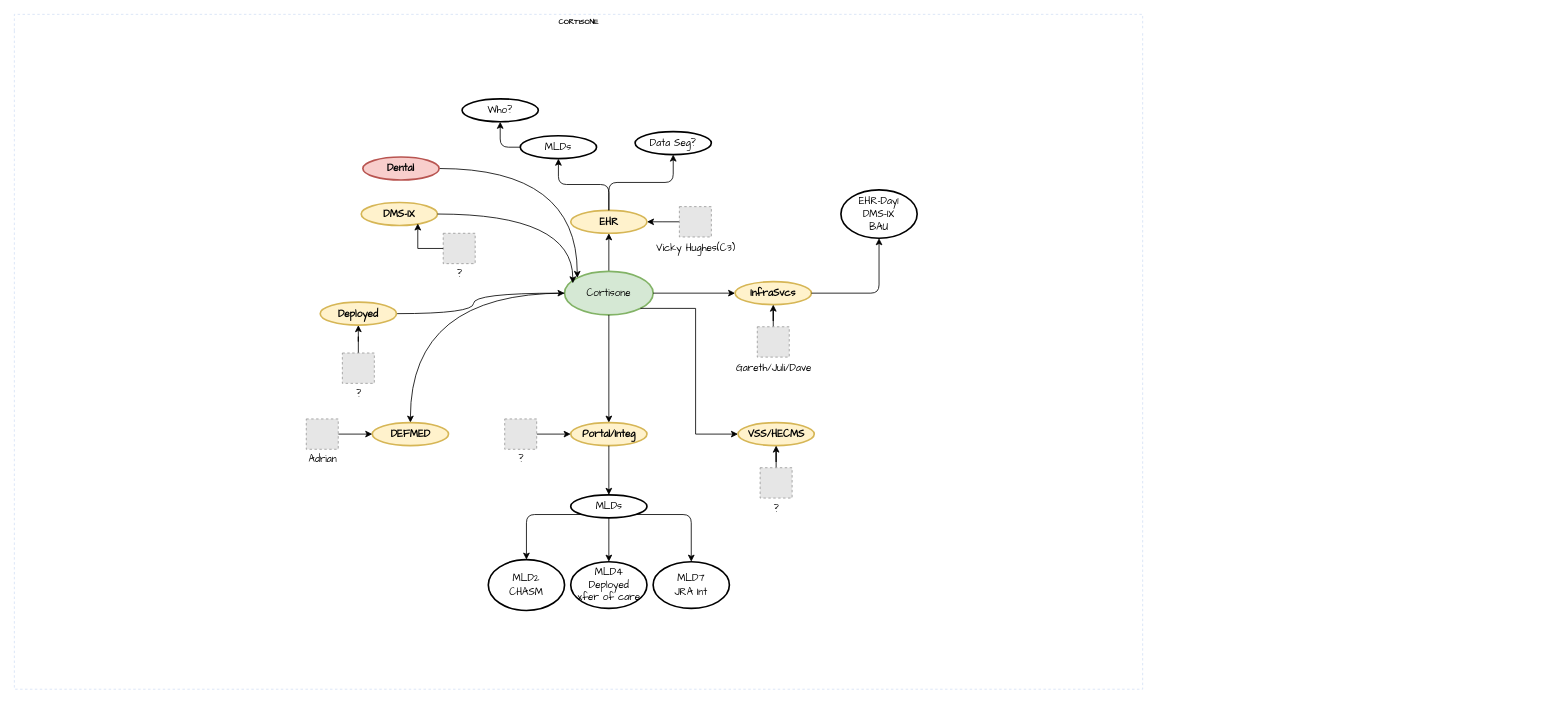
dalegent42/DrawIO keeps this draw.io diagram as 202411 Cortisone.drawio. Above is the earlier version. Source tidied: cells renumbered, new cells numbered last; positions are measured from the earlier drawing's top-left corner, leaving out a move shared by most shapes. Both pictures are drawn from the tidied source at 82%, with x=0, y=0 at pixel (14, 14). Pictures stored in the file or linked from it are replaced by grey dashed boxes.
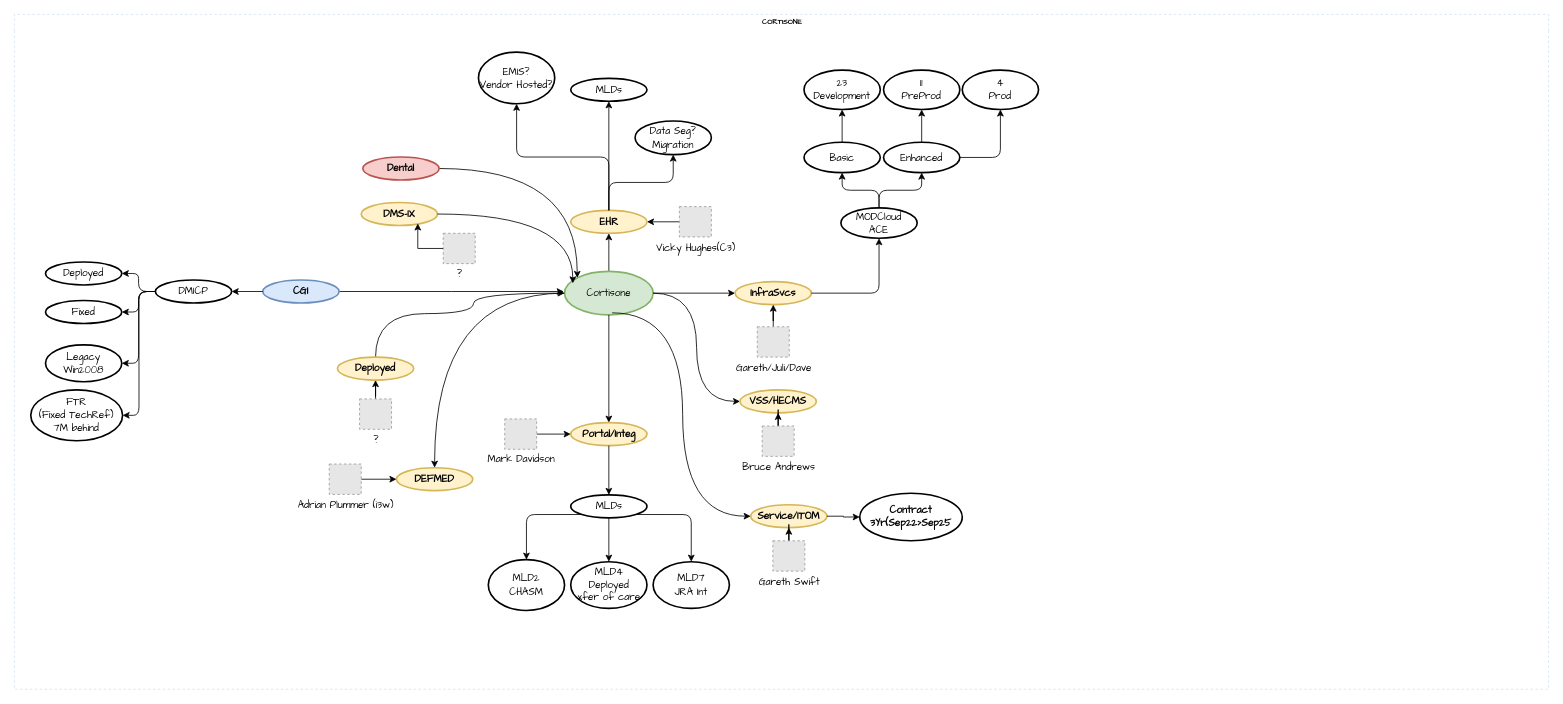
After the change.

Unchanged cells that the change refers to:
```xml
<mxCell id="4" value="&lt;font face=&quot;Comic Sans MS&quot;&gt;Cortisone&lt;/font&gt;" style="ellipse;whiteSpace=wrap;html=1;align=center;strokeWidth=2;fillColor=#d5e8d4;strokeColor=#82b366;" parent="2" vertex="1">
  <mxGeometry x="671" y="313.5" width="108" height="53" as="geometry" />
</mxCell>
<mxCell id="6" value="&lt;font face=&quot;Comic Sans MS&quot;&gt;EHR&lt;/font&gt;" style="ellipse;whiteSpace=wrap;html=1;align=center;strokeWidth=2;fontStyle=1;fillColor=#fff2cc;strokeColor=#d6b656;" parent="2" vertex="1">
  <mxGeometry x="678.5" y="239" width="93" height="28" as="geometry" />
</mxCell>
```

What changed in the source:
```diff
@@
     <mxCell id="2" value="CORTISONE" style="swimlane;html=1;startSize=20;horizontal=1;containerType=tree;labelBackgroundColor=none;strokeColor=#D4E1F5;strokeWidth=1;fillColor=none;fontFamily=Comic Sans MS;fontSize=9;swimlaneLine=0;dashed=1;" parent="1" vertex="1">
-      <mxGeometry width="1376" height="823" as="geometry" />
+      <mxGeometry width="1871" height="823" as="geometry" />
     </mxCell>
@@
-    <mxCell id="7" value="&lt;font face=&quot;Comic Sans MS&quot;&gt;MLDs&lt;/font&gt;" style="ellipse;whiteSpace=wrap;html=1;align=center;strokeWidth=2;" parent="2" vertex="1">
-      <mxGeometry x="617" y="148" width="93" height="28" as="geometry" />
+    <mxCell id="7" value="&lt;font face=&quot;Comic Sans MS&quot;&gt;EMIS?&lt;/font&gt;&lt;div&gt;&lt;font face=&quot;Comic Sans MS&quot;&gt;Vendor Hosted?&lt;/font&gt;&lt;/div&gt;" style="ellipse;whiteSpace=wrap;html=1;align=center;strokeWidth=2;" parent="2" vertex="1">
+      <mxGeometry x="566" y="46" width="93" height="63" as="geometry" />
     </mxCell>
-    <mxCell id="8" style="edgeStyle=orthogonalEdgeStyle;rounded=1;jettySize=auto;html=1;exitX=0.5;exitY=0;exitDx=0;exitDy=0;entryX=0.5;entryY=1;entryDx=0;entryDy=0;curved=0;" parent="2" edge="1" source="6" target="7">
+    <mxCell id="8" style="edgeStyle=orthogonalEdgeStyle;rounded=1;jettySize=auto;html=1;exitX=0.5;exitY=0;exitDx=0;exitDy=0;entryX=0.5;entryY=1;entryDx=0;entryDy=0;curved=0;" parent="2" edge="1" source="6" target="72">
       <mxGeometry relative="1" as="geometry" />
     </mxCell>
-    <mxCell id="9" value="&lt;font face=&quot;Comic Sans MS&quot;&gt;Who?&lt;/font&gt;" style="ellipse;whiteSpace=wrap;html=1;align=center;strokeWidth=2;" parent="2" vertex="1">
-      <mxGeometry x="546" y="103" width="93" height="28" as="geometry" />
-    </mxCell>
-    <mxCell id="10" style="edgeStyle=orthogonalEdgeStyle;rounded=1;jettySize=auto;html=1;exitX=0;exitY=0.5;exitDx=0;exitDy=0;entryX=0.5;entryY=1;entryDx=0;entryDy=0;curved=0;" parent="2" edge="1" source="7" target="9">
-      <mxGeometry relative="1" as="geometry" />
-    </mxCell>
-    <mxCell id="11" value="&lt;font face=&quot;Comic Sans MS&quot;&gt;Data Seg?&lt;/font&gt;" style="ellipse;whiteSpace=wrap;html=1;align=center;strokeWidth=2;" parent="2" vertex="1">
-      <mxGeometry x="757" y="143" width="93" height="28" as="geometry" />
+    <mxCell id="11" value="&lt;font face=&quot;Comic Sans MS&quot;&gt;Data Seg?&lt;/font&gt;&lt;div&gt;&lt;font face=&quot;Comic Sans MS&quot;&gt;Migration&lt;/font&gt;&lt;/div&gt;" style="ellipse;whiteSpace=wrap;html=1;align=center;strokeWidth=2;" parent="2" vertex="1">
+      <mxGeometry x="757" y="130" width="93" height="41" as="geometry" />
     </mxCell>
@@
-    <mxCell id="19" value="&lt;font face=&quot;Comic Sans MS&quot;&gt;EHR-Day1&lt;/font&gt;&lt;div&gt;&lt;font face=&quot;Comic Sans MS&quot;&gt;DMS-IX&lt;/font&gt;&lt;div&gt;&lt;font face=&quot;Comic Sans MS&quot;&gt;BAU&lt;/font&gt;&lt;/div&gt;&lt;/div&gt;" style="ellipse;whiteSpace=wrap;html=1;align=center;strokeWidth=2;" parent="2" vertex="1">
-      <mxGeometry x="1008" y="214" width="93" height="59" as="geometry" />
+    <mxCell id="19" value="&lt;font face=&quot;Comic Sans MS&quot;&gt;MODCloud&lt;/font&gt;&lt;div&gt;&lt;font face=&quot;Comic Sans MS&quot;&gt;ACE&lt;/font&gt;&lt;/div&gt;" style="ellipse;whiteSpace=wrap;html=1;align=center;strokeWidth=2;" parent="2" vertex="1">
+      <mxGeometry x="1008" y="236" width="93" height="37" as="geometry" />
     </mxCell>
@@
-    <mxCell id="21" style="edgeStyle=orthogonalEdgeStyle;rounded=0;jettySize=auto;html=1;exitX=1;exitY=1;exitDx=0;exitDy=0;entryX=0;entryY=0.5;entryDx=0;entryDy=0;" parent="2" edge="1" source="4" target="22">
+    <mxCell id="21" style="edgeStyle=orthogonalEdgeStyle;rounded=0;jettySize=auto;html=1;exitX=1;exitY=0.5;exitDx=0;exitDy=0;entryX=0;entryY=0.5;entryDx=0;entryDy=0;curved=1;" parent="2" edge="1" source="4" target="22">
       <mxGeometry relative="1" as="geometry" />
     </mxCell>
     <mxCell id="22" value="&lt;font face=&quot;Comic Sans MS&quot;&gt;VSS/HECMS&lt;/font&gt;" style="ellipse;whiteSpace=wrap;html=1;align=center;strokeWidth=2;fontStyle=1;fillColor=#fff2cc;strokeColor=#d6b656;" parent="2" vertex="1">
-      <mxGeometry x="882.5" y="497.9" width="93" height="28" as="geometry" />
+      <mxGeometry x="885" y="458" width="93" height="28" as="geometry" />
     </mxCell>
@@
-    <mxCell id="24" value="?" style="fillColor=#E6E6E6;strokeColor=#999999;dashed=1;html=1;verticalAlign=top;verticalLabelPosition=bottom;labelBackgroundColor=#ffffff;fontFamily=Comic Sans MS;fontSize=12;fontColor=#000000;align=center;" parent="2" vertex="1">
-      <mxGeometry x="909.5" y="552.9" width="39" height="37" as="geometry" />
+    <mxCell id="24" value="Bruce Andrews" style="fillColor=#E6E6E6;strokeColor=#999999;dashed=1;html=1;verticalAlign=top;verticalLabelPosition=bottom;labelBackgroundColor=#ffffff;fontFamily=Comic Sans MS;fontSize=12;fontColor=#000000;align=center;" parent="2" vertex="1">
+      <mxGeometry x="912" y="502" width="39" height="37" as="geometry" />
     </mxCell>
@@
-    <mxCell id="28" value="?" style="fillColor=#E6E6E6;strokeColor=#999999;dashed=1;html=1;verticalAlign=top;verticalLabelPosition=bottom;labelBackgroundColor=#ffffff;fontFamily=Comic Sans MS;fontSize=12;fontColor=#000000;align=center;" parent="2" vertex="1">
+    <mxCell id="28" value="Mark Davidson" style="fillColor=#E6E6E6;strokeColor=#999999;dashed=1;html=1;verticalAlign=top;verticalLabelPosition=bottom;labelBackgroundColor=#ffffff;fontFamily=Comic Sans MS;fontSize=12;fontColor=#000000;align=center;" parent="2" vertex="1">
       <mxGeometry x="598" y="493.4" width="39" height="37" as="geometry" />
     </mxCell>
@@
     <mxCell id="38" value="&lt;font face=&quot;Comic Sans MS&quot;&gt;DEFMED&lt;/font&gt;" style="ellipse;whiteSpace=wrap;html=1;align=center;strokeWidth=2;fontStyle=1;fillColor=#fff2cc;strokeColor=#d6b656;" parent="2" vertex="1">
-      <mxGeometry x="436.5" y="497.9" width="93" height="28" as="geometry" />
+      <mxGeometry x="466" y="552.9" width="93" height="28" as="geometry" />
     </mxCell>
@@
-    <mxCell id="40" value="Adrian" style="fillColor=#E6E6E6;strokeColor=#999999;dashed=1;html=1;verticalAlign=top;verticalLabelPosition=bottom;labelBackgroundColor=#ffffff;fontFamily=Comic Sans MS;fontSize=12;fontColor=#000000;align=center;" parent="2" vertex="1">
-      <mxGeometry x="356" y="493.4" width="39" height="37" as="geometry" />
+    <mxCell id="40" value="Adrian Plummer (i3w)" style="fillColor=#E6E6E6;strokeColor=#999999;dashed=1;html=1;verticalAlign=top;verticalLabelPosition=bottom;labelBackgroundColor=#ffffff;fontFamily=Comic Sans MS;fontSize=12;fontColor=#000000;align=center;" parent="2" vertex="1">
+      <mxGeometry x="384" y="548.4" width="39" height="37" as="geometry" />
     </mxCell>
@@
     <mxCell id="42" value="&lt;font face=&quot;Comic Sans MS&quot;&gt;Deployed&lt;/font&gt;" style="ellipse;whiteSpace=wrap;html=1;align=center;strokeWidth=2;fontStyle=1;fillColor=#fff2cc;strokeColor=#d6b656;" parent="2" vertex="1">
-      <mxGeometry x="373" y="351" width="93" height="28" as="geometry" />
+      <mxGeometry x="394" y="418" width="93" height="28" as="geometry" />
     </mxCell>
@@
     <mxCell id="44" value="?" style="fillColor=#E6E6E6;strokeColor=#999999;dashed=1;html=1;verticalAlign=top;verticalLabelPosition=bottom;labelBackgroundColor=#ffffff;fontFamily=Comic Sans MS;fontSize=12;fontColor=#000000;align=center;" parent="2" vertex="1">
-      <mxGeometry x="400" y="413" width="39" height="37" as="geometry" />
+      <mxGeometry x="421" y="469" width="39" height="37" as="geometry" />
     </mxCell>
@@
+    <mxCell id="51" style="edgeStyle=orthogonalEdgeStyle;rounded=0;jettySize=auto;html=1;" parent="2" edge="1" source="52">
+      <mxGeometry relative="1" as="geometry">
+        <mxPoint x="670" y="338" as="targetPoint" />
+      </mxGeometry>
+    </mxCell>
+    <mxCell id="52" value="&lt;font face=&quot;Comic Sans MS&quot;&gt;CGI&lt;/font&gt;" style="ellipse;whiteSpace=wrap;html=1;align=center;strokeWidth=2;fontStyle=1;fillColor=#dae8fc;strokeColor=#6c8ebf;" parent="2" vertex="1">
+      <mxGeometry x="303" y="324" width="93" height="28" as="geometry" />
+    </mxCell>
+    <mxCell id="53" value="&lt;font face=&quot;Comic Sans MS&quot;&gt;DMICP&lt;/font&gt;" style="ellipse;whiteSpace=wrap;html=1;align=center;strokeWidth=2;" parent="2" vertex="1">
+      <mxGeometry x="172" y="324" width="93" height="28" as="geometry" />
+    </mxCell>
+    <mxCell id="54" style="edgeStyle=orthogonalEdgeStyle;rounded=1;jettySize=auto;html=1;exitX=0;exitY=0.5;exitDx=0;exitDy=0;entryX=1;entryY=0.5;entryDx=0;entryDy=0;curved=0;" parent="2" edge="1" source="52" target="53">
+      <mxGeometry relative="1" as="geometry" />
+    </mxCell>
+    <mxCell id="55" style="edgeStyle=orthogonalEdgeStyle;rounded=1;jettySize=auto;html=1;exitX=0;exitY=0.5;exitDx=0;exitDy=0;entryX=1;entryY=0.5;entryDx=0;entryDy=0;curved=0;" parent="2" edge="1" source="53" target="56">
+      <mxGeometry relative="1" as="geometry" />
+    </mxCell>
+    <mxCell id="56" value="&lt;font face=&quot;Comic Sans MS&quot;&gt;Deployed&lt;/font&gt;" style="ellipse;whiteSpace=wrap;html=1;align=center;strokeWidth=2;" parent="2" vertex="1">
+      <mxGeometry x="38" y="302" width="93" height="28" as="geometry" />
+    </mxCell>
+    <mxCell id="57" style="edgeStyle=orthogonalEdgeStyle;rounded=1;jettySize=auto;html=1;exitX=0;exitY=0.5;exitDx=0;exitDy=0;curved=0;entryX=1;entryY=0.5;entryDx=0;entryDy=0;" parent="2" edge="1" source="53" target="58">
+      <mxGeometry relative="1" as="geometry" />
+    </mxCell>
+    <mxCell id="58" value="&lt;font face=&quot;Comic Sans MS&quot;&gt;Fixed&lt;/font&gt;" style="ellipse;whiteSpace=wrap;html=1;align=center;strokeWidth=2;" parent="2" vertex="1">
+      <mxGeometry x="38" y="349" width="93" height="28" as="geometry" />
+    </mxCell>
+    <mxCell id="59" style="edgeStyle=orthogonalEdgeStyle;rounded=1;jettySize=auto;html=1;entryX=0.5;entryY=1;entryDx=0;entryDy=0;curved=0;" parent="2" edge="1" source="19" target="61">
+      <mxGeometry relative="1" as="geometry" />
+    </mxCell>
+    <mxCell id="60" value="&lt;font face=&quot;Comic Sans MS&quot;&gt;Basic&lt;/font&gt;" style="ellipse;whiteSpace=wrap;html=1;align=center;strokeWidth=2;" parent="2" vertex="1">
+      <mxGeometry x="963" y="156" width="93" height="37" as="geometry" />
+    </mxCell>
+    <mxCell id="61" value="&lt;font face=&quot;Comic Sans MS&quot;&gt;Enhanced&lt;/font&gt;" style="ellipse;whiteSpace=wrap;html=1;align=center;strokeWidth=2;" parent="2" vertex="1">
+      <mxGeometry x="1060" y="156" width="93" height="37" as="geometry" />
+    </mxCell>
+    <mxCell id="62" style="edgeStyle=orthogonalEdgeStyle;rounded=1;jettySize=auto;html=1;entryX=0.5;entryY=1;entryDx=0;entryDy=0;curved=0;exitX=0.5;exitY=0;exitDx=0;exitDy=0;" parent="2" edge="1" source="19" target="60">
+      <mxGeometry relative="1" as="geometry" />
+    </mxCell>
+    <mxCell id="63" style="edgeStyle=orthogonalEdgeStyle;rounded=1;jettySize=auto;html=1;entryX=0.5;entryY=1;entryDx=0;entryDy=0;curved=0;exitX=0.5;exitY=0;exitDx=0;exitDy=0;" parent="2" edge="1" source="60" target="64">
+      <mxGeometry relative="1" as="geometry" />
+    </mxCell>
+    <mxCell id="64" value="&lt;font face=&quot;Comic Sans MS&quot;&gt;23&lt;/font&gt;&lt;div&gt;&lt;font face=&quot;Comic Sans MS&quot;&gt;Development&lt;/font&gt;&lt;/div&gt;" style="ellipse;whiteSpace=wrap;html=1;align=center;strokeWidth=2;" parent="2" vertex="1">
+      <mxGeometry x="963" y="68" width="93" height="48" as="geometry" />
+    </mxCell>
+    <mxCell id="65" style="edgeStyle=orthogonalEdgeStyle;rounded=1;jettySize=auto;html=1;entryX=0.5;entryY=1;entryDx=0;entryDy=0;curved=0;" parent="2" edge="1" source="61" target="66">
+      <mxGeometry relative="1" as="geometry" />
+    </mxCell>
+    <mxCell id="66" value="&lt;font face=&quot;Comic Sans MS&quot;&gt;11&lt;/font&gt;&lt;div&gt;&lt;font face=&quot;Comic Sans MS&quot;&gt;PreProd&lt;/font&gt;&lt;/div&gt;" style="ellipse;whiteSpace=wrap;html=1;align=center;strokeWidth=2;" parent="2" vertex="1">
+      <mxGeometry x="1060" y="68" width="93" height="48" as="geometry" />
+    </mxCell>
+    <mxCell id="67" style="edgeStyle=orthogonalEdgeStyle;rounded=1;jettySize=auto;html=1;entryX=0.5;entryY=1;entryDx=0;entryDy=0;curved=0;" parent="2" edge="1" source="61" target="68">
+      <mxGeometry relative="1" as="geometry" />
+    </mxCell>
+    <mxCell id="68" value="&lt;font face=&quot;Comic Sans MS&quot;&gt;4&lt;/font&gt;&lt;div&gt;&lt;font face=&quot;Comic Sans MS&quot;&gt;Prod&lt;/font&gt;&lt;/div&gt;" style="ellipse;whiteSpace=wrap;html=1;align=center;strokeWidth=2;" parent="2" vertex="1">
+      <mxGeometry x="1156" y="68" width="93" height="48" as="geometry" />
+    </mxCell>
+    <mxCell id="69" style="edgeStyle=orthogonalEdgeStyle;rounded=1;jettySize=auto;html=1;exitX=0;exitY=0.5;exitDx=0;exitDy=0;curved=0;entryX=1;entryY=0.5;entryDx=0;entryDy=0;" parent="2" edge="1" source="53" target="70">
+      <mxGeometry relative="1" as="geometry" />
+    </mxCell>
+    <mxCell id="70" value="&lt;font face=&quot;Comic Sans MS&quot;&gt;Legacy&lt;/font&gt;&lt;div&gt;&lt;font face=&quot;Comic Sans MS&quot;&gt;Win2008&lt;/font&gt;&lt;/div&gt;" style="ellipse;whiteSpace=wrap;html=1;align=center;strokeWidth=2;" parent="2" vertex="1">
+      <mxGeometry x="38" y="403" width="93" height="45" as="geometry" />
+    </mxCell>
+    <mxCell id="71" style="edgeStyle=orthogonalEdgeStyle;rounded=1;jettySize=auto;html=1;exitX=0.5;exitY=0;exitDx=0;exitDy=0;entryX=0.5;entryY=1;entryDx=0;entryDy=0;curved=0;" parent="2" edge="1" source="6" target="7">
+      <mxGeometry relative="1" as="geometry" />
+    </mxCell>
+    <mxCell id="72" value="&lt;font face=&quot;Comic Sans MS&quot;&gt;MLDs&lt;/font&gt;" style="ellipse;whiteSpace=wrap;html=1;align=center;strokeWidth=2;" parent="2" vertex="1">
+      <mxGeometry x="678.5" y="78" width="93" height="28" as="geometry" />
+    </mxCell>
+    <mxCell id="73" style="edgeStyle=orthogonalEdgeStyle;rounded=1;jettySize=auto;html=1;exitX=0;exitY=0.5;exitDx=0;exitDy=0;entryX=1;entryY=0.5;entryDx=0;entryDy=0;curved=0;" parent="2" edge="1" source="53" target="74">
+      <mxGeometry relative="1" as="geometry" />
+    </mxCell>
+    <mxCell id="74" value="&lt;font face=&quot;Comic Sans MS&quot;&gt;FTR&lt;/font&gt;&lt;div&gt;&lt;font face=&quot;Comic Sans MS&quot;&gt;(Fixed TechRef)&lt;/font&gt;&lt;/div&gt;&lt;div&gt;&lt;font face=&quot;Comic Sans MS&quot;&gt;7M behind&lt;/font&gt;&lt;/div&gt;" style="ellipse;whiteSpace=wrap;html=1;align=center;strokeWidth=2;" parent="2" vertex="1">
+      <mxGeometry x="20" y="458" width="112" height="62" as="geometry" />
+    </mxCell>
+    <mxCell id="75" value="&lt;font face=&quot;Comic Sans MS&quot;&gt;Service/ITOM&lt;/font&gt;" style="ellipse;whiteSpace=wrap;html=1;align=center;strokeWidth=2;fontStyle=1;fillColor=#fff2cc;strokeColor=#d6b656;" parent="2" vertex="1">
+      <mxGeometry x="898" y="598" width="93" height="28" as="geometry" />
+    </mxCell>
+    <mxCell id="76" style="edgeStyle=orthogonalEdgeStyle;rounded=0;jettySize=auto;html=1;" parent="2" edge="1" source="77" target="75">
+      <mxGeometry relative="1" as="geometry" />
+    </mxCell>
+    <mxCell id="77" value="Gareth Swift" style="fillColor=#E6E6E6;strokeColor=#999999;dashed=1;html=1;verticalAlign=top;verticalLabelPosition=bottom;labelBackgroundColor=#ffffff;fontFamily=Comic Sans MS;fontSize=12;fontColor=#000000;align=center;" parent="2" vertex="1">
+      <mxGeometry x="925" y="642" width="39" height="37" as="geometry" />
+    </mxCell>
+    <mxCell id="78" style="edgeStyle=orthogonalEdgeStyle;rounded=0;jettySize=auto;html=1;entryX=0;entryY=0.5;entryDx=0;entryDy=0;curved=1;" parent="2" edge="1" target="75">
+      <mxGeometry relative="1" as="geometry">
+        <mxPoint x="729" y="364" as="sourcePoint" />
+        <Array as="points">
+          <mxPoint x="815" y="364" />
+          <mxPoint x="815" y="612" />
+        </Array>
+      </mxGeometry>
+    </mxCell>
+    <mxCell id="79" style="edgeStyle=orthogonalEdgeStyle;rounded=0;jettySize=auto;html=1;exitX=1;exitY=0.5;exitDx=0;exitDy=0;" parent="2" edge="1" source="75" target="80">
+      <mxGeometry relative="1" as="geometry" />
+    </mxCell>
+    <mxCell id="80" value="&lt;font face=&quot;Comic Sans MS&quot;&gt;Contract&lt;/font&gt;&lt;div&gt;&lt;font face=&quot;Comic Sans MS&quot;&gt;3Yr(&lt;/font&gt;&lt;span style=&quot;font-family: &amp;quot;Comic Sans MS&amp;quot;; background-color: initial;&quot;&gt;Sep22&amp;gt;Sep25&lt;/span&gt;&lt;/div&gt;" style="ellipse;whiteSpace=wrap;html=1;align=center;strokeWidth=2;fontStyle=1;" parent="2" vertex="1">
+      <mxGeometry x="1031" y="584" width="125" height="58" as="geometry" />
+    </mxCell>
```
